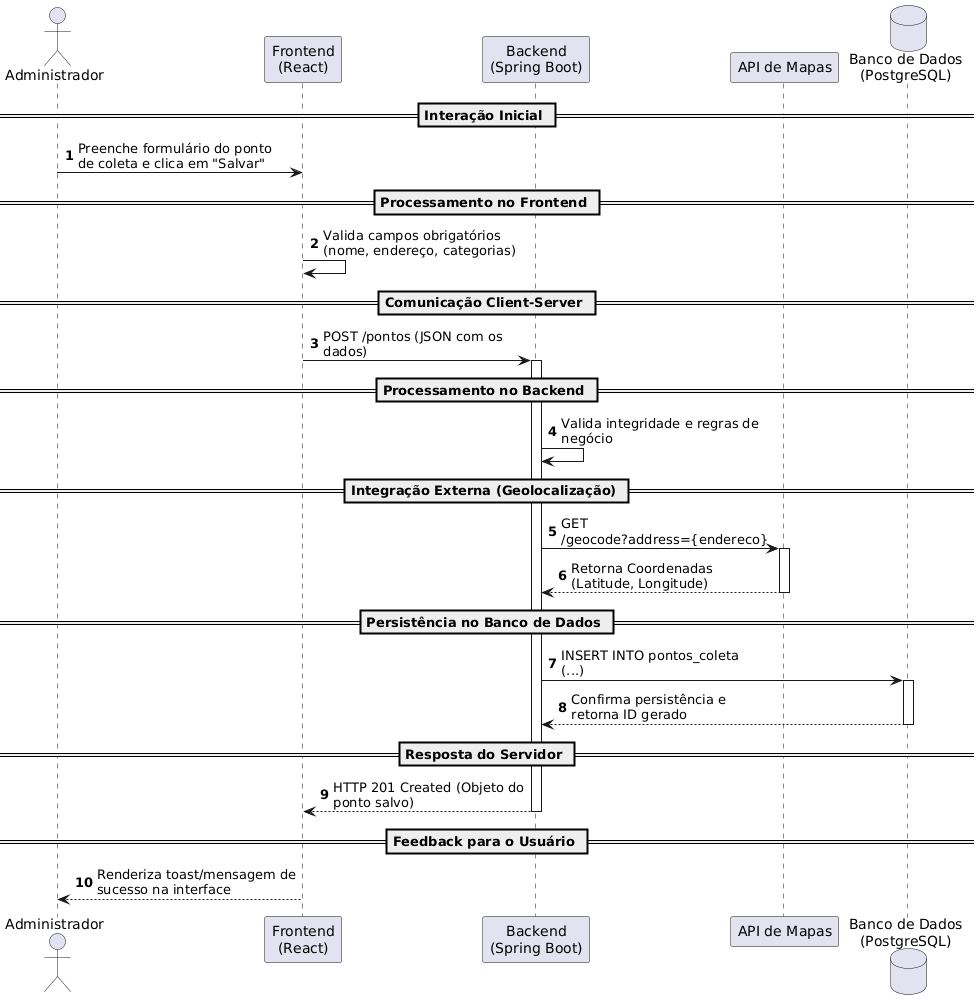
Above: docs/modelagem/diagrama-de-sequência.png in diovaniMangiajr/projeto-descarte-lixo-eletronico (PlantUML), before the change. Its diagram source:
```plantuml
@startuml
autonumber
skinparam maxMessageSize 200

actor "Administrador" as Admin
participant "Frontend\n(React)" as Front
participant "Backend\n(Spring Boot)" as API
participant "API de Mapas" as Maps
database "Banco de Dados\n(PostgreSQL)" as DB

== Interação Inicial ==
Admin -> Front: Preenche formulário do ponto de coleta e clica em "Salvar"

== Processamento no Frontend ==
Front -> Front: Valida campos obrigatórios (nome, endereço, categorias)

== Comunicação Client-Server ==
Front -> API: POST /pontos (JSON com os dados)
activate API

== Processamento no Backend ==
API -> API: Valida integridade e regras de negócio

== Integração Externa (Geolocalização) ==
API -> Maps: GET /geocode?address={endereco}
activate Maps
Maps --> API: Retorna Coordenadas (Latitude, Longitude)
deactivate Maps

== Persistência no Banco de Dados ==
API -> DB: INSERT INTO pontos_coleta (...)
activate DB
DB --> API: Confirma persistência e retorna ID gerado
deactivate DB

== Resposta do Servidor ==
API --> Front: HTTP 201 Created (Objeto do ponto salvo)
deactivate API

== Feedback para o Usuário ==
Front --> Admin: Renderiza toast/mensagem de sucesso na interface
@enduml
```
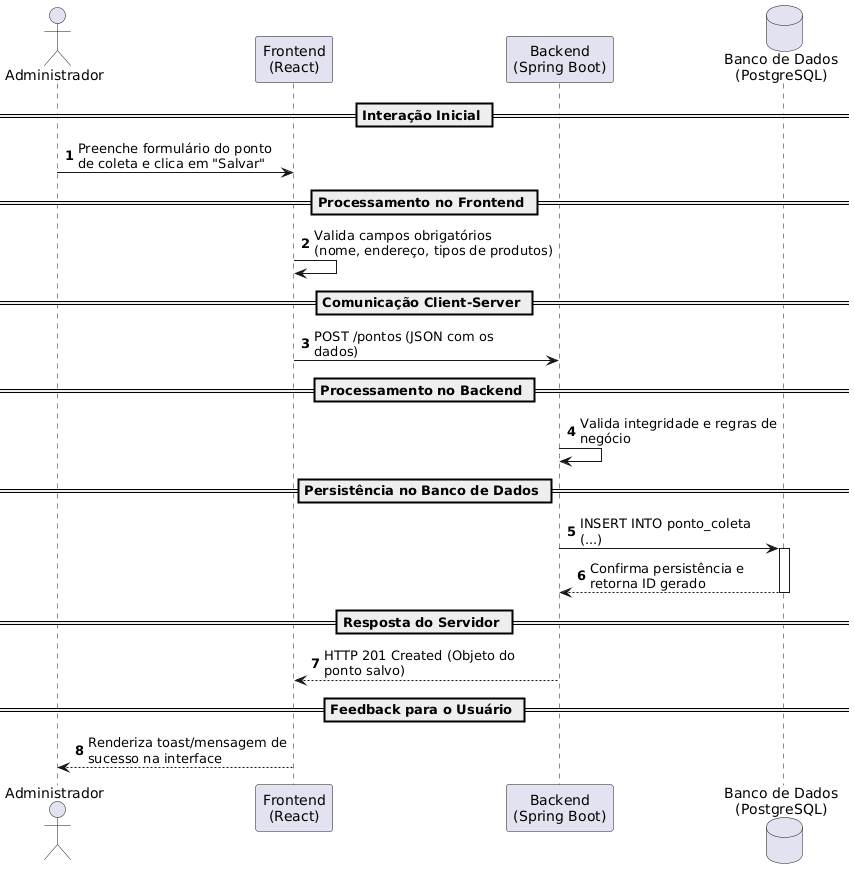
The same diagram one commit later.

What changed in the source:
```diff
@@ -1,42 +1,32 @@
 @startuml
 autonumber
-skinparam maxMessageSize 200
 
-actor "Administrador" as Admin
+actor Administrador
 participant "Frontend\n(React)" as Front
-participant "Backend\n(Spring Boot)" as API
-participant "API de Mapas" as Maps
+participant "Backend\n(Spring Boot)" as Back
 database "Banco de Dados\n(PostgreSQL)" as DB
 
 == Interação Inicial ==
-Admin -> Front: Preenche formulário do ponto de coleta e clica em "Salvar"
+Administrador -> Front : Preenche formulário do ponto\nde coleta e clica em "Salvar"
 
 == Processamento no Frontend ==
-Front -> Front: Valida campos obrigatórios (nome, endereço, categorias)
+Front -> Front : Valida campos obrigatórios \n(nome, endereço, tipos de produtos)
 
 == Comunicação Client-Server ==
-Front -> API: POST /pontos (JSON com os dados)
-activate API
+Front -> Back : POST /pontos (JSON com os\ndados)
 
 == Processamento no Backend ==
-API -> API: Valida integridade e regras de negócio
-
-== Integração Externa (Geolocalização) ==
-API -> Maps: GET /geocode?address={endereco}
-activate Maps
-Maps --> API: Retorna Coordenadas (Latitude, Longitude)
-deactivate Maps
+Back -> Back : Valida integridade e regras de\nnegócio
 
 == Persistência no Banco de Dados ==
-API -> DB: INSERT INTO pontos_coleta (...)
+Back -> DB : INSERT INTO ponto_coleta\n(...)
 activate DB
-DB --> API: Confirma persistência e retorna ID gerado
+DB --> Back : Confirma persistência e\nretorna ID gerado
 deactivate DB
 
 == Resposta do Servidor ==
-API --> Front: HTTP 201 Created (Objeto do ponto salvo)
-deactivate API
+Back --> Front : HTTP 201 Created (Objeto do\nponto salvo)
 
 == Feedback para o Usuário ==
-Front --> Admin: Renderiza toast/mensagem de sucesso na interface
+Front --> Administrador : Renderiza toast/mensagem de\nsucesso na interface
 @enduml
```
